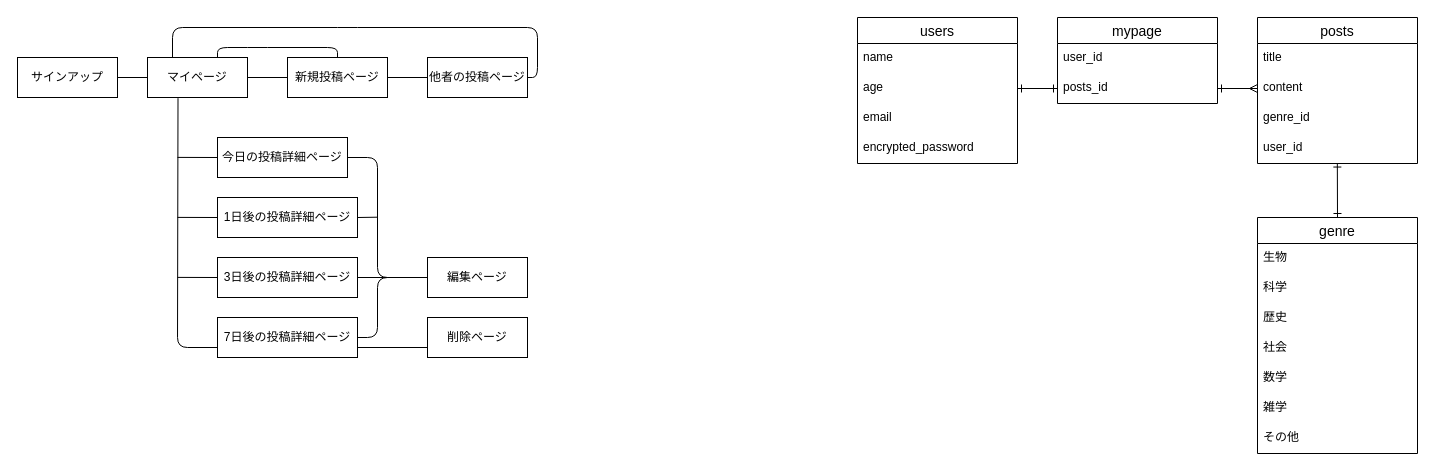
atk1825/me-more keeps this draw.io diagram as me-more.dio. Above is the earlier version. Source tidied: cells renumbered, new cells numbered last; positions are measured from the earlier drawing's top-left corner, leaving out a move shared by most shapes. Both pictures are drawn from the tidied source at 100%, with x=0, y=0 at pixel (17, 17).
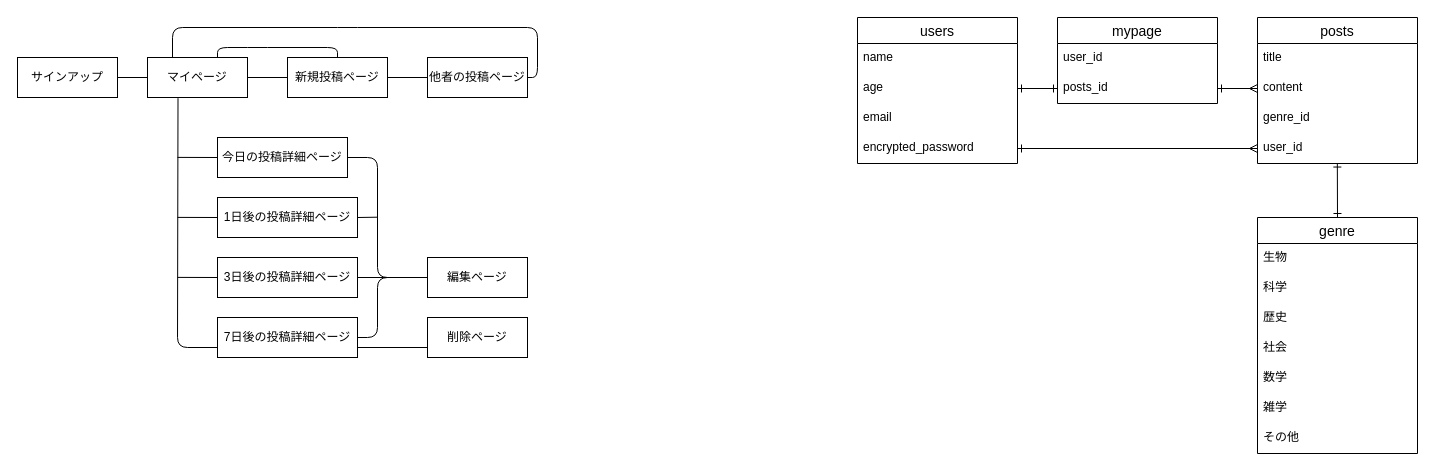
The same diagram, later.

Unchanged cells that the change refers to:
```xml
<mxCell id="6" value="encrypted_password" style="text;strokeColor=none;fillColor=none;spacingLeft=4;spacingRight=4;overflow=hidden;points=[[0,0.5],[1,0.5]];portConstraint=eastwest;fontSize=12;" parent="2" vertex="1">
  <mxGeometry y="116" width="160" height="30" as="geometry" />
</mxCell>
<mxCell id="11" value="user_id&#10;" style="text;strokeColor=none;fillColor=none;spacingLeft=4;spacingRight=4;overflow=hidden;points=[[0,0.5],[1,0.5]];portConstraint=eastwest;fontSize=12;" parent="7" vertex="1">
  <mxGeometry y="116" width="160" height="30" as="geometry" />
</mxCell>
```

Change to the diagram source:
```diff
@@
+    <mxCell id="50" style="edgeStyle=none;html=1;exitX=1;exitY=0.5;exitDx=0;exitDy=0;entryX=0;entryY=0.5;entryDx=0;entryDy=0;startArrow=ERone;startFill=0;endArrow=ERmany;endFill=0;" parent="1" edge="1" source="6" target="11">
+      <mxGeometry relative="1" as="geometry" />
+    </mxCell>
```
